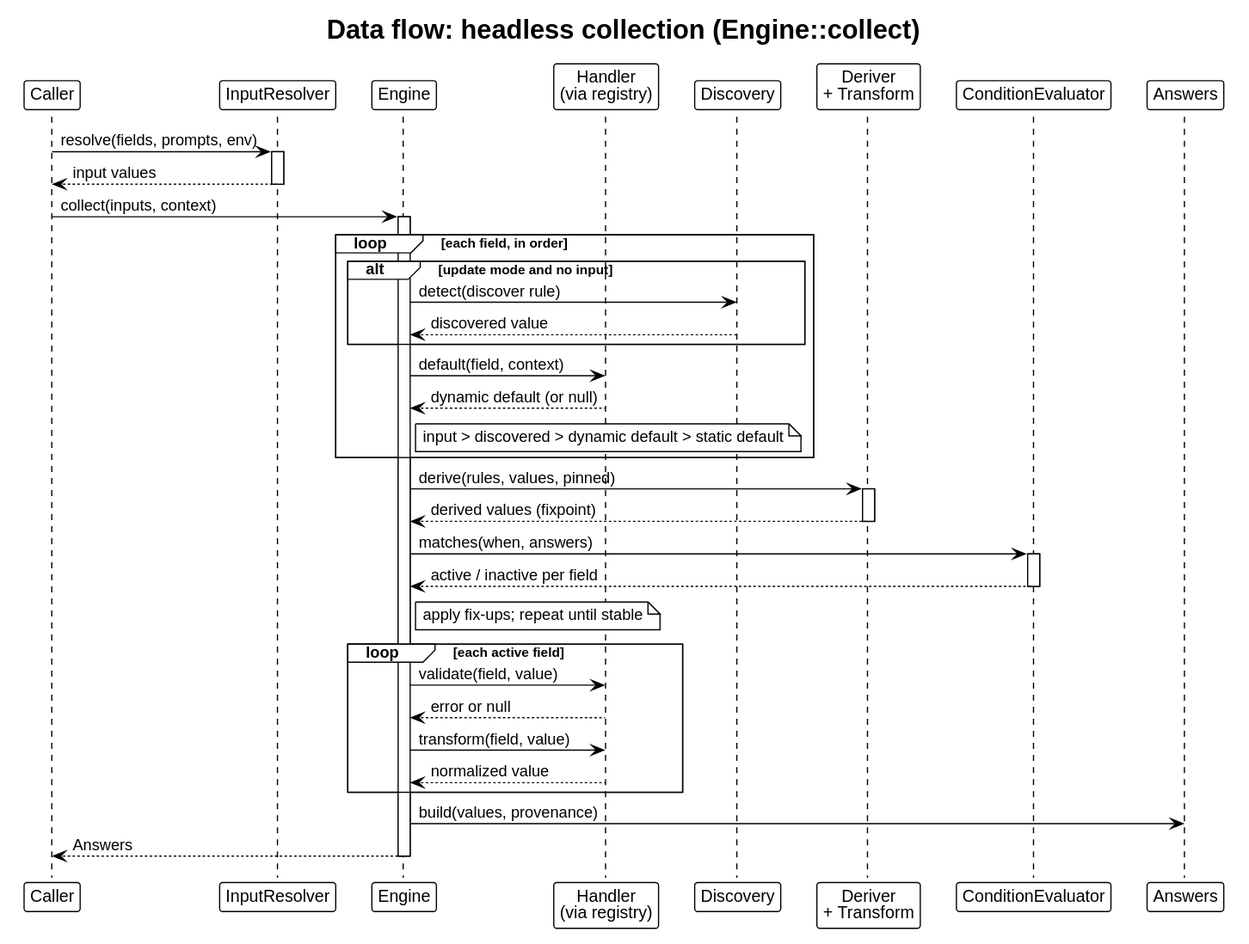
Before: .vortex/tui/docs/architecture/dataflow-collect.svg, a diagram exported from PlantUML (drevops/vortex). Source of this version:
```plantuml
@startuml
!theme plain
skinparam backgroundColor white
skinparam defaultFontName Helvetica
skinparam shadowing false
title Data flow: headless collection (Engine::collect)

participant "Caller" as Caller
participant "InputResolver" as IR
participant "Engine" as Eng
participant "Handler\n(via registry)" as H
participant "Discovery" as Disc
participant "Deriver\n+ Transform" as Der
participant "ConditionEvaluator" as CE
participant "Answers" as Ans

Caller -> IR: resolve(fields, prompts, env)
activate IR
IR --> Caller: input values
deactivate IR

Caller -> Eng: collect(inputs, context)
activate Eng

loop each field, in order
  alt update mode and no input
    Eng -> Disc: detect(discover rule)
    Disc --> Eng: discovered value
  end
  Eng -> H: default(field, context)
  H --> Eng: dynamic default (or null)
  note right of Eng: input > discovered > dynamic default > static default
end

Eng -> Der: derive(rules, values, pinned)
activate Der
Der --> Eng: derived values (fixpoint)
deactivate Der
Eng -> CE: matches(when, answers)
activate CE
CE --> Eng: active / inactive per field
deactivate CE
note right of Eng: apply fix-ups; repeat until stable

loop each active field
  Eng -> H: validate(field, value)
  H --> Eng: error or null
  Eng -> H: transform(field, value)
  H --> Eng: normalized value
end

Eng -> Ans: build(values, provenance)
Eng --> Caller: Answers
deactivate Eng
@enduml
```
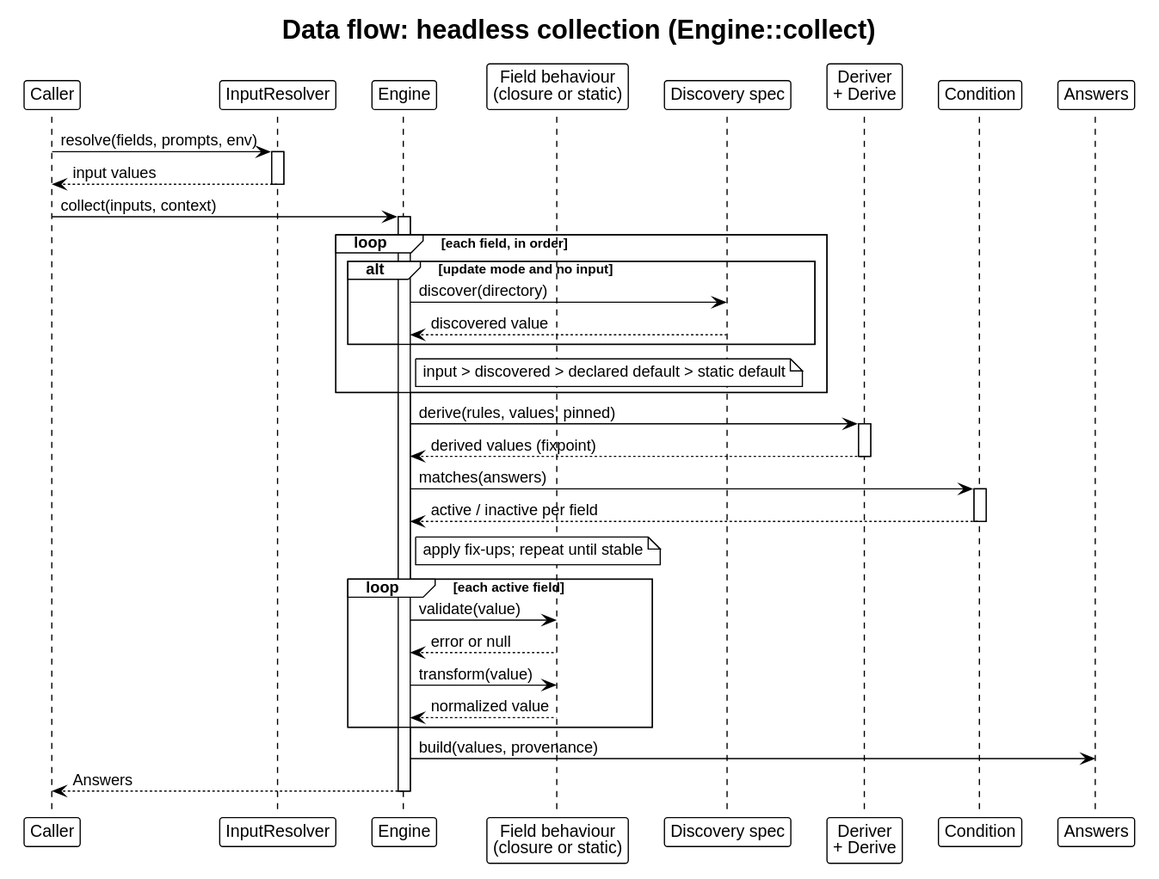
After the commit.

Change to the diagram source:
```diff
@@ -8,10 +8,10 @@
 participant "Caller" as Caller
 participant "InputResolver" as IR
 participant "Engine" as Eng
-participant "Handler\n(via registry)" as H
-participant "Discovery" as Disc
-participant "Deriver\n+ Transform" as Der
-participant "ConditionEvaluator" as CE
+participant "Field behaviour\n(closure or static)" as B
+participant "Discovery spec" as Disc
+participant "Deriver\n+ Derive" as Der
+participant "Condition" as CE
 participant "Answers" as Ans
 
 Caller -> IR: resolve(fields, prompts, env)
@@ -24,29 +24,27 @@
 
 loop each field, in order
   alt update mode and no input
-    Eng -> Disc: detect(discover rule)
+    Eng -> Disc: discover(directory)
     Disc --> Eng: discovered value
   end
-  Eng -> H: default(field, context)
-  H --> Eng: dynamic default (or null)
-  note right of Eng: input > discovered > dynamic default > static default
+  note right of Eng: input > discovered > declared default > static default
 end
 
 Eng -> Der: derive(rules, values, pinned)
 activate Der
 Der --> Eng: derived values (fixpoint)
 deactivate Der
-Eng -> CE: matches(when, answers)
+Eng -> CE: matches(answers)
 activate CE
 CE --> Eng: active / inactive per field
 deactivate CE
 note right of Eng: apply fix-ups; repeat until stable
 
 loop each active field
-  Eng -> H: validate(field, value)
-  H --> Eng: error or null
-  Eng -> H: transform(field, value)
-  H --> Eng: normalized value
+  Eng -> B: validate(value)
+  B --> Eng: error or null
+  Eng -> B: transform(value)
+  B --> Eng: normalized value
 end
 
 Eng -> Ans: build(values, provenance)
```
